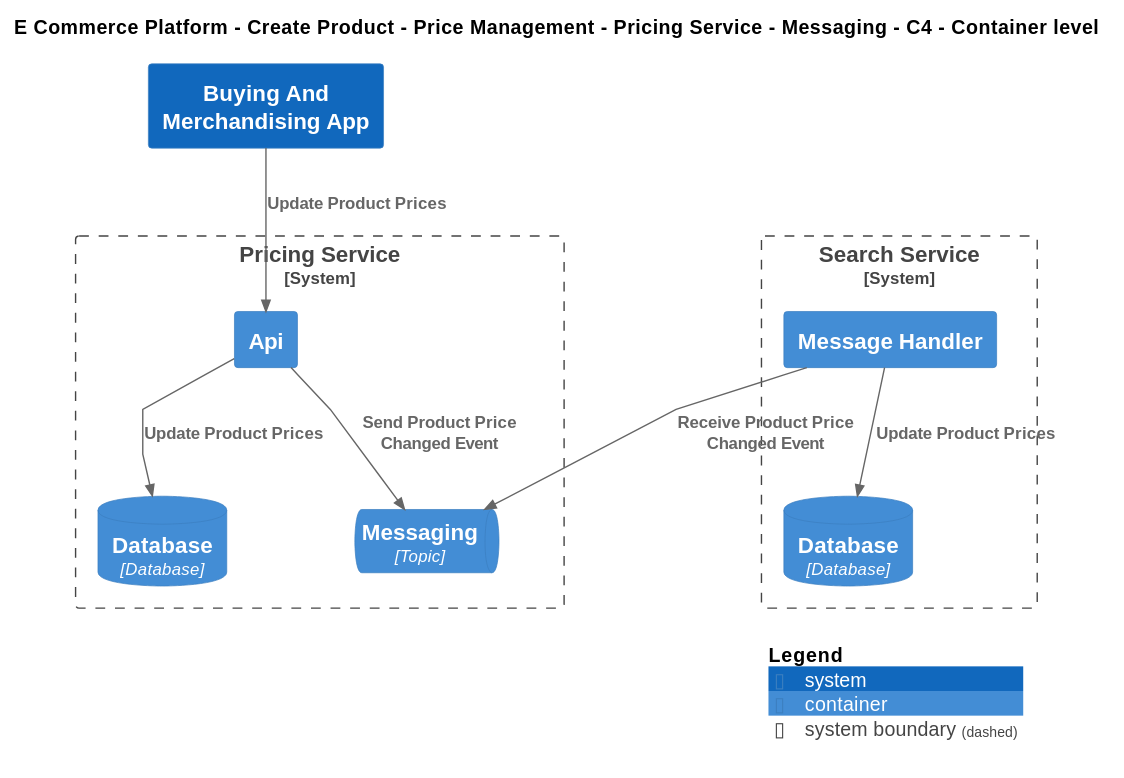
The PlantUML diagram Samples/E-Commerce Platform/Yaml/Diagrams/E Commerce Platform/Views/Messaging/Create Product/Price Management/Software Systems/Pricing Service/Containers/Messaging/Container - C4.svg in mnadenysenko/C4InterFlow, before a commit.
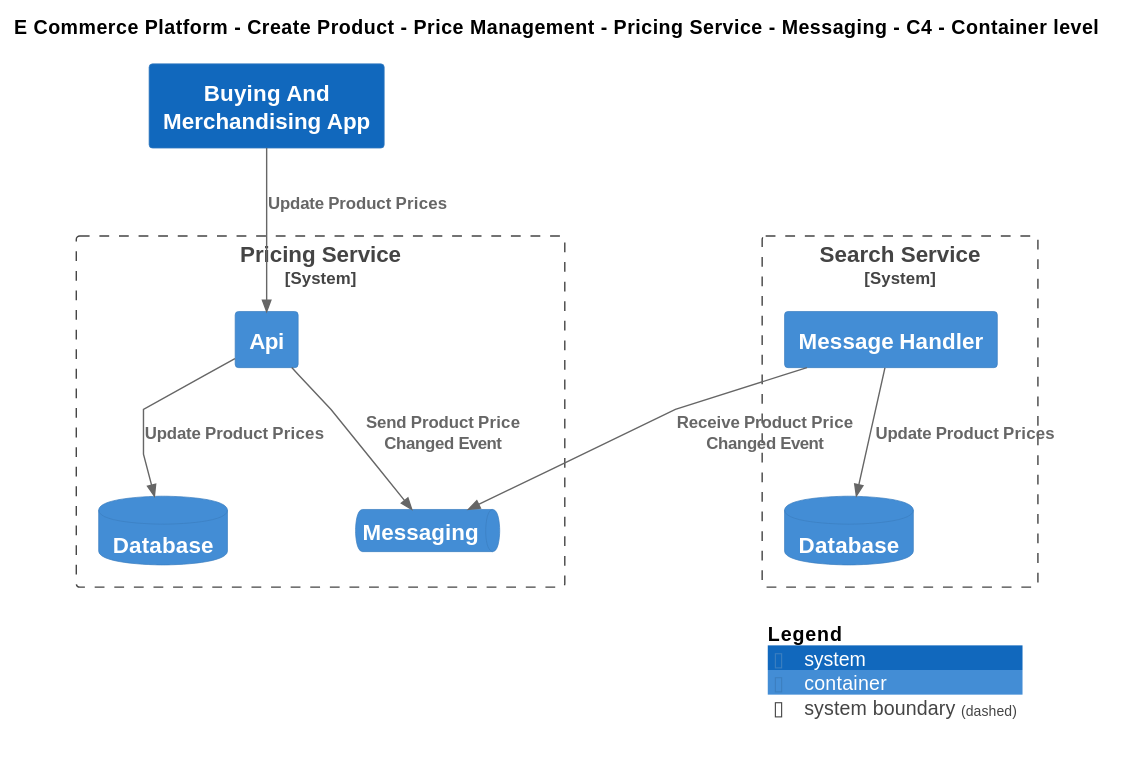
The same file after the commit.

The edit, as a diff of the source:
```diff
@@ -20,13 +20,13 @@
 
 System_Boundary(ECommercePlatform.CreateProduct.PriceManagement.SoftwareSystems.PricingService, "Pricing Service") {
     Container(ECommercePlatform.CreateProduct.PriceManagement.SoftwareSystems.PricingService.Containers.Api, "Api", "", "")
-    ContainerDb(ECommercePlatform.CreateProduct.PriceManagement.SoftwareSystems.PricingService.Containers.Database, "Database", "Database", "")
-    ContainerQueue(ECommercePlatform.CreateProduct.PriceManagement.SoftwareSystems.PricingService.Containers.Messaging, "Messaging", "Topic", "")
+    ContainerDb(ECommercePlatform.CreateProduct.PriceManagement.SoftwareSystems.PricingService.Containers.Database, "Database", "", "")
+    ContainerQueue(ECommercePlatform.CreateProduct.PriceManagement.SoftwareSystems.PricingService.Containers.Messaging, "Messaging", "", "")
 }
 
 System_Boundary(ECommercePlatform.GenerateDemand.SearchAndBrowse.SoftwareSystems.SearchService, "Search Service") {
     Container(ECommercePlatform.GenerateDemand.SearchAndBrowse.SoftwareSystems.SearchService.Containers.MessageHandler, "Message Handler", "", "")
-    ContainerDb(ECommercePlatform.GenerateDemand.SearchAndBrowse.SoftwareSystems.SearchService.Containers.Database, "Database", "Database", "")
+    ContainerDb(ECommercePlatform.GenerateDemand.SearchAndBrowse.SoftwareSystems.SearchService.Containers.Database, "Database", "", "")
 }
 
 Rel(ECommercePlatform.CreateProduct.BuyingAndMerchandising.SoftwareSystems.BuyingAndMerchandisingApp, ECommercePlatform.CreateProduct.PriceManagement.SoftwareSystems.PricingService.Containers.Api, "Update Product Prices")
```
